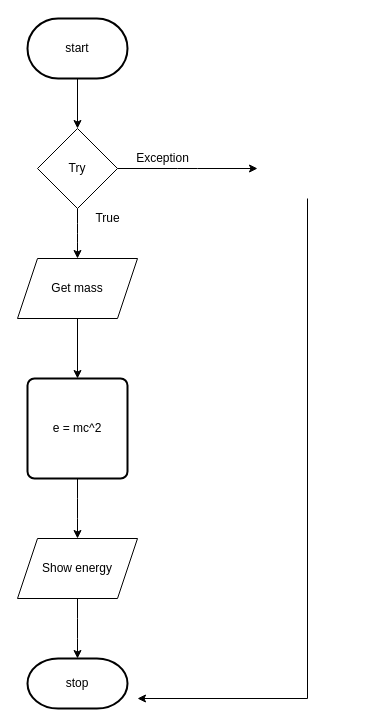
Before: flow-chart/flow-chart.drawio in mohammedal-ess/ICS3U-Unit1-Unit2-Typescript, a draw.io diagram. Source tidied: cells renumbered, new cells numbered last; positions are measured from the earlier drawing's top-left corner, leaving out a move shared by most shapes. Both pictures are drawn from the tidied source at 100%, with x=0, y=0 at pixel (17, 18).
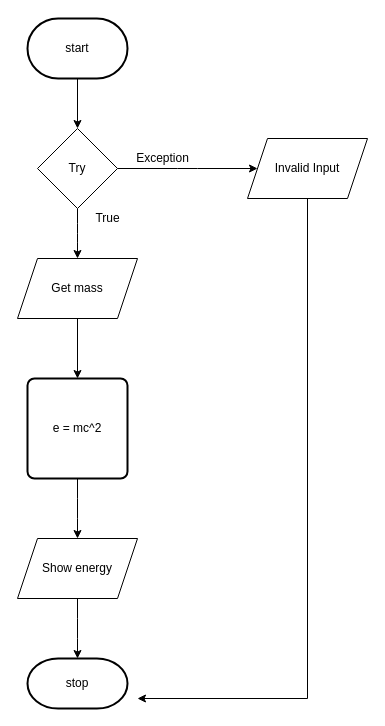
After the change.

Commit message:
add flow-chart

Change to the diagram source:
```diff
@@
+    <mxCell id="17" value="Invalid Input" style="shape=parallelogram;perimeter=parallelogramPerimeter;whiteSpace=wrap;html=1;fixedSize=1;" parent="1" vertex="1">
+      <mxGeometry x="230" y="120" width="120" height="60" as="geometry" />
+    </mxCell>
```
